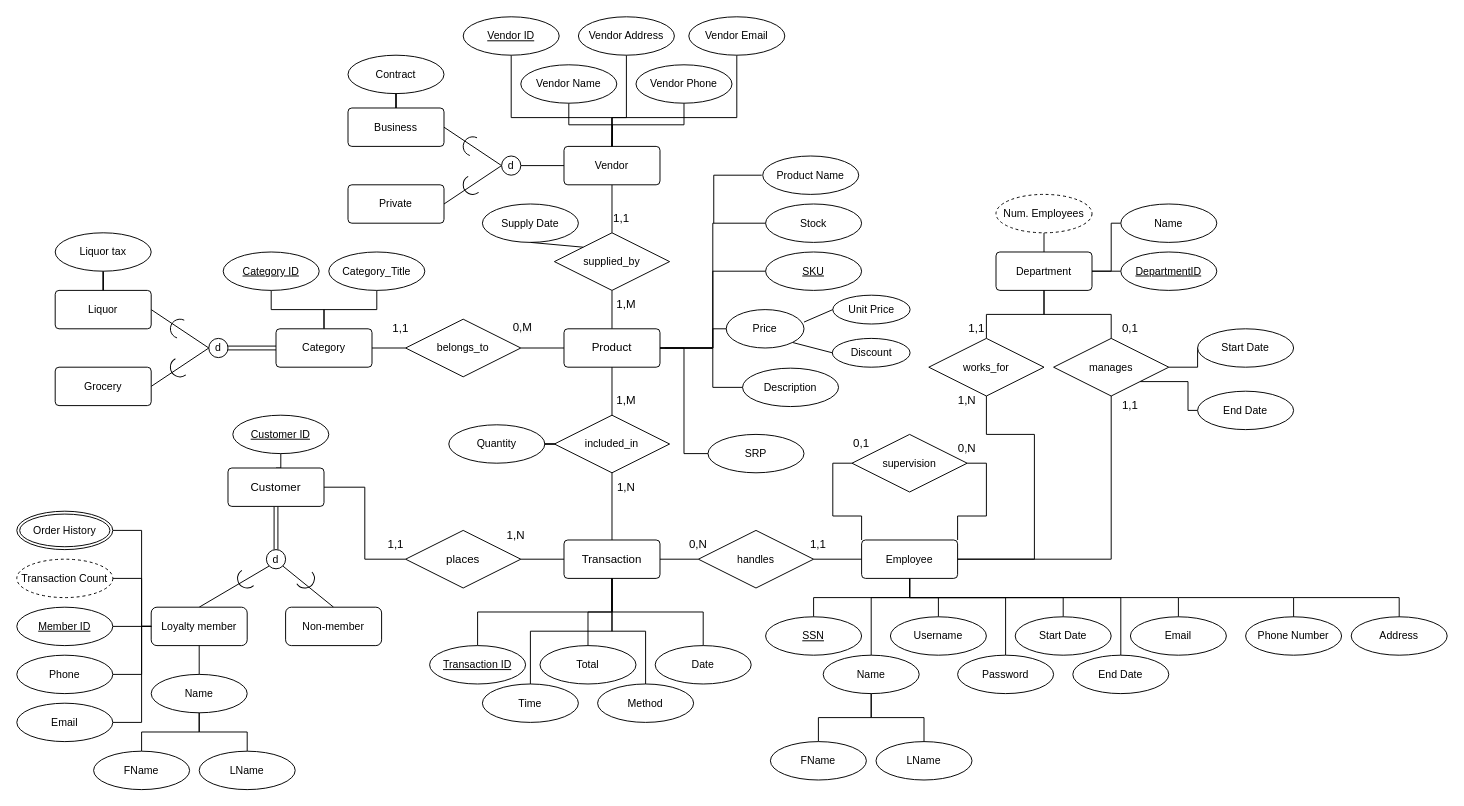
Before: Scotts_Bar_2_ERD.drawio in vincentgruse/ScottsBar2, a draw.io diagram. Source tidied: cells renumbered, new cells numbered last; positions are measured from the earlier drawing's top-left corner, leaving out a move shared by most shapes. Both pictures are drawn from the tidied source at 96%, with x=0, y=0 at pixel (16, 16).
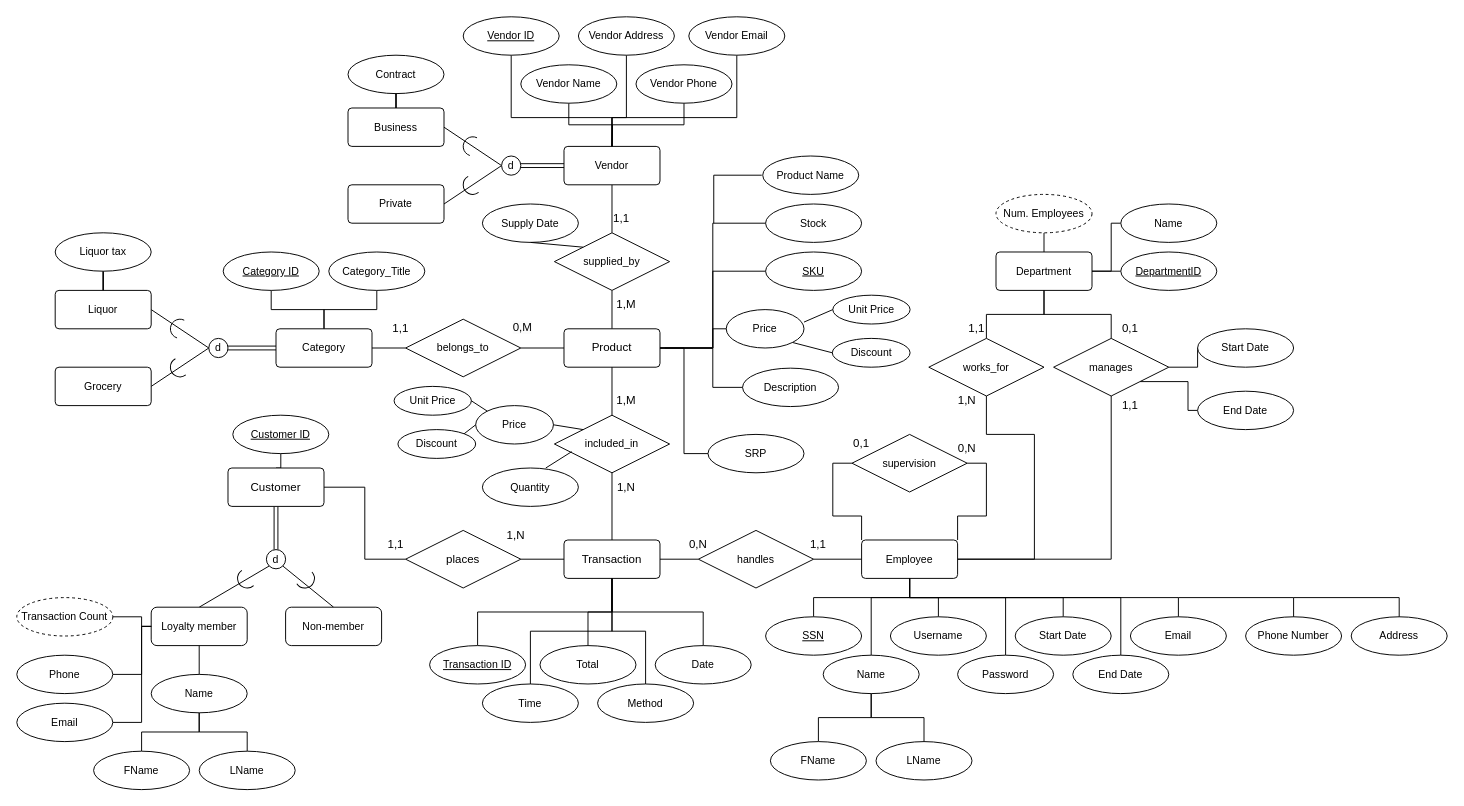
After the change.

The change refers to these unchanged cells:
```xml
<mxCell id="15" value="included_in" style="shape=rhombus;perimeter=rhombusPerimeter;whiteSpace=wrap;html=1;align=center;fontFamily=Helvetica;fontSize=11;fontColor=default;labelBackgroundColor=default;" parent="1" vertex="1">
  <mxGeometry x="560" y="415" width="120" height="60" as="geometry" />
</mxCell>
<mxCell id="25" value="Vendor" style="rounded=1;arcSize=10;whiteSpace=wrap;html=1;align=center;fontFamily=Helvetica;fontSize=11;fontColor=default;labelBackgroundColor=default;" parent="1" vertex="1">
  <mxGeometry x="570" y="135" width="100" height="40" as="geometry" />
</mxCell>
<mxCell id="98" value="Loyalty member" style="whiteSpace=wrap;html=1;align=center;fontFamily=Helvetica;fontSize=11;fontColor=default;labelBackgroundColor=default;rounded=1;" parent="1" vertex="1">
  <mxGeometry x="140" y="615" width="100" height="40" as="geometry" />
</mxCell>
<mxCell id="125" value="d" style="ellipse;whiteSpace=wrap;html=1;align=center;fontFamily=Helvetica;fontSize=11;fontColor=default;labelBackgroundColor=default;" parent="1" vertex="1">
  <mxGeometry x="505" y="145" width="20" height="20" as="geometry" />
</mxCell>
```

Change to the diagram source:
```diff
@@
-    <mxCell id="14" style="edgeStyle=orthogonalEdgeStyle;rounded=0;jettySize=auto;html=1;exitX=0;exitY=0.5;exitDx=0;exitDy=0;strokeColor=default;align=center;verticalAlign=middle;fontFamily=Helvetica;fontSize=11;fontColor=default;labelBackgroundColor=default;endArrow=none;endFill=0;" parent="1" edge="1" source="15" target="16">
-      <mxGeometry relative="1" as="geometry" />
-    </mxCell>
@@
     <mxCell id="16" value="Quantity" style="ellipse;whiteSpace=wrap;html=1;align=center;fontFamily=Helvetica;fontSize=11;fontColor=default;labelBackgroundColor=default;" parent="1" vertex="1">
-      <mxGeometry x="450" y="425" width="100" height="40" as="geometry" />
+      <mxGeometry x="485" y="470" width="100" height="40" as="geometry" />
     </mxCell>
@@
-    <mxCell id="23" style="edgeStyle=orthogonalEdgeStyle;rounded=0;jettySize=auto;html=1;exitX=0;exitY=0.5;exitDx=0;exitDy=0;entryX=1;entryY=0.5;entryDx=0;entryDy=0;strokeColor=default;align=center;verticalAlign=middle;fontFamily=Helvetica;fontSize=11;fontColor=default;labelBackgroundColor=default;endArrow=none;endFill=0;" parent="1" edge="1" source="25" target="125">
+    <mxCell id="23" style="edgeStyle=orthogonalEdgeStyle;rounded=0;jettySize=auto;html=1;exitX=0;exitY=0.5;exitDx=0;exitDy=0;entryX=1;entryY=0.5;entryDx=0;entryDy=0;strokeColor=default;align=center;verticalAlign=middle;fontFamily=Helvetica;fontSize=11;fontColor=default;labelBackgroundColor=default;endArrow=none;endFill=0;shape=link;" parent="1" edge="1" source="25" target="125">
       <mxGeometry relative="1" as="geometry" />
     </mxCell>
@@
-    <mxCell id="108" style="edgeStyle=orthogonalEdgeStyle;rounded=0;jettySize=auto;html=1;exitX=1;exitY=0.5;exitDx=0;exitDy=0;entryX=0;entryY=0.5;entryDx=0;entryDy=0;strokeColor=default;align=center;verticalAlign=middle;fontFamily=Helvetica;fontSize=11;fontColor=default;labelBackgroundColor=default;endArrow=none;endFill=0;" parent="1" edge="1" source="109" target="98">
-      <mxGeometry relative="1" as="geometry">
-        <Array as="points">
-          <mxPoint x="120" y="635" />
-          <mxPoint x="120" y="635" />
-        </Array>
-      </mxGeometry>
-    </mxCell>
-    <mxCell id="109" value="&lt;u&gt;Member ID&lt;/u&gt;" style="ellipse;whiteSpace=wrap;html=1;align=center;fontFamily=Helvetica;fontSize=11;fontColor=default;labelBackgroundColor=default;" parent="1" vertex="1">
-      <mxGeometry y="615" width="100" height="40" as="geometry" />
-    </mxCell>
@@
-    <mxCell id="132" style="edgeStyle=orthogonalEdgeStyle;rounded=0;jettySize=auto;html=1;exitX=1;exitY=0.5;exitDx=0;exitDy=0;entryX=0;entryY=0.5;entryDx=0;entryDy=0;strokeColor=default;align=center;verticalAlign=middle;fontFamily=Helvetica;fontSize=11;fontColor=default;labelBackgroundColor=default;endArrow=none;endFill=0;" parent="1" edge="1" source="133" target="98">
-      <mxGeometry relative="1" as="geometry">
-        <Array as="points">
-          <mxPoint x="130" y="535" />
-          <mxPoint x="130" y="635" />
-        </Array>
-      </mxGeometry>
-    </mxCell>
-    <mxCell id="133" value="Order History" style="ellipse;shape=doubleEllipse;margin=3;whiteSpace=wrap;html=1;align=center;fontFamily=Helvetica;fontSize=11;fontColor=default;labelBackgroundColor=default;" parent="1" vertex="1">
-      <mxGeometry y="515" width="100" height="40" as="geometry" />
-    </mxCell>
     <mxCell id="134" style="edgeStyle=orthogonalEdgeStyle;rounded=0;jettySize=auto;html=1;exitX=1;exitY=0.5;exitDx=0;exitDy=0;entryX=0;entryY=0.5;entryDx=0;entryDy=0;strokeColor=default;align=center;verticalAlign=middle;fontFamily=Helvetica;fontSize=11;fontColor=default;labelBackgroundColor=default;endArrow=none;endFill=0;" parent="1" edge="1" source="135" target="98">
       <mxGeometry relative="1" as="geometry">
         <Array as="points">
-          <mxPoint x="130" y="585" />
+          <mxPoint x="130" y="625" />
           <mxPoint x="130" y="635" />
         </Array>
       </mxGeometry>
     </mxCell>
     <mxCell id="135" value="Transaction Count" style="ellipse;whiteSpace=wrap;html=1;align=center;dashed=1;fontFamily=Helvetica;fontSize=11;fontColor=default;labelBackgroundColor=default;" parent="1" vertex="1">
-      <mxGeometry y="565" width="100" height="40" as="geometry" />
+      <mxGeometry y="605" width="100" height="40" as="geometry" />
     </mxCell>
@@
+    <mxCell id="172" value="Price" style="ellipse;whiteSpace=wrap;html=1;align=center;fontFamily=Helvetica;fontSize=11;fontColor=default;labelBackgroundColor=default;" parent="1" vertex="1">
+      <mxGeometry x="478" y="405" width="81" height="40" as="geometry" />
+    </mxCell>
+    <mxCell id="173" value="Discount" style="ellipse;whiteSpace=wrap;html=1;align=center;fontFamily=Helvetica;fontSize=11;fontColor=default;labelBackgroundColor=default;" parent="1" vertex="1">
+      <mxGeometry x="397" y="430" width="81" height="30" as="geometry" />
+    </mxCell>
+    <mxCell id="174" value="Unit Price" style="ellipse;whiteSpace=wrap;html=1;align=center;fontFamily=Helvetica;fontSize=11;fontColor=default;labelBackgroundColor=default;" parent="1" vertex="1">
+      <mxGeometry x="393" y="385" width="80.5" height="30" as="geometry" />
+    </mxCell>
+    <mxCell id="175" style="endArrow=none;html=1;rounded=0;entryX=0;entryY=0;entryDx=0;entryDy=0;exitX=1;exitY=0.5;exitDx=0;exitDy=0;" parent="1" edge="1" source="174" target="172">
+      <mxGeometry relative="1" as="geometry" />
+    </mxCell>
+    <mxCell id="176" style="endArrow=none;html=1;rounded=0;entryX=1;entryY=0;entryDx=0;entryDy=0;exitX=0;exitY=0.5;exitDx=0;exitDy=0;" parent="1" edge="1" source="172" target="173">
+      <mxGeometry relative="1" as="geometry" />
+    </mxCell>
+    <mxCell id="177" style="endArrow=none;html=1;rounded=0;entryX=1;entryY=0.5;entryDx=0;entryDy=0;exitX=0;exitY=0;exitDx=0;exitDy=0;" parent="1" edge="1" source="15" target="172">
+      <mxGeometry relative="1" as="geometry" />
+    </mxCell>
+    <mxCell id="14" style="endArrow=none;html=1;rounded=0;entryX=0.66;entryY=0;entryDx=0;entryDy=0;exitX=0.15;exitY=0.633;exitDx=0;exitDy=0;entryPerimeter=0;exitPerimeter=0;" parent="1" edge="1" source="15" target="16">
+      <mxGeometry relative="1" as="geometry" />
+    </mxCell>
```
